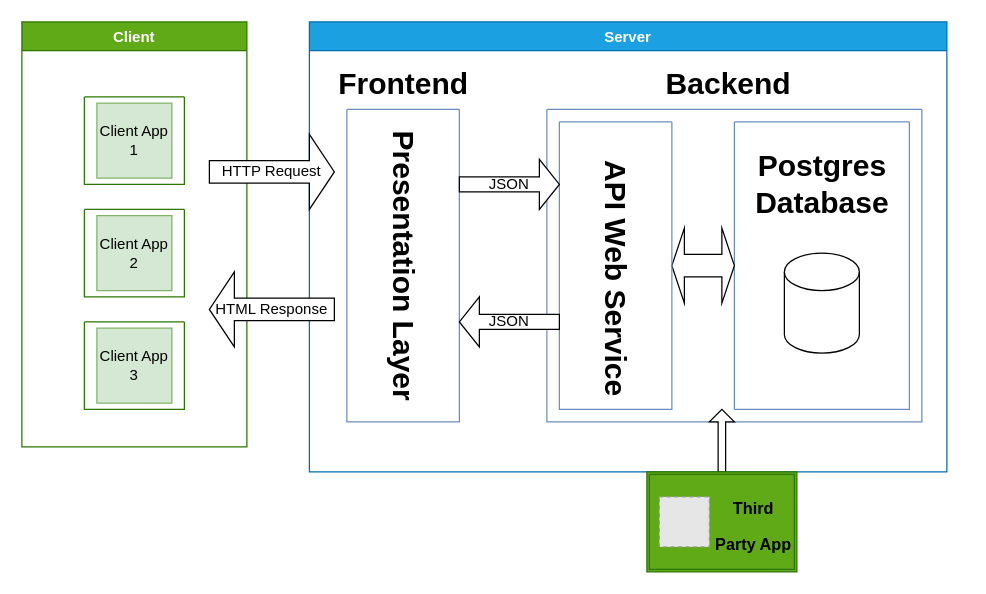
Earlier version of the draw.io diagram page "In Depth Diagram" (2 of 2) of docs/Diagrams.drawio (bedziox/VersaLog). Source tidied: cells renumbered, new cells numbered last; positions are measured from the earlier drawing's top-left corner, leaving out a move shared by most shapes. Both pictures are drawn from the tidied source at 125%, with x=0, y=0 at pixel (21, 21). Pictures stored in the file or linked from it are replaced by grey dashed boxes.
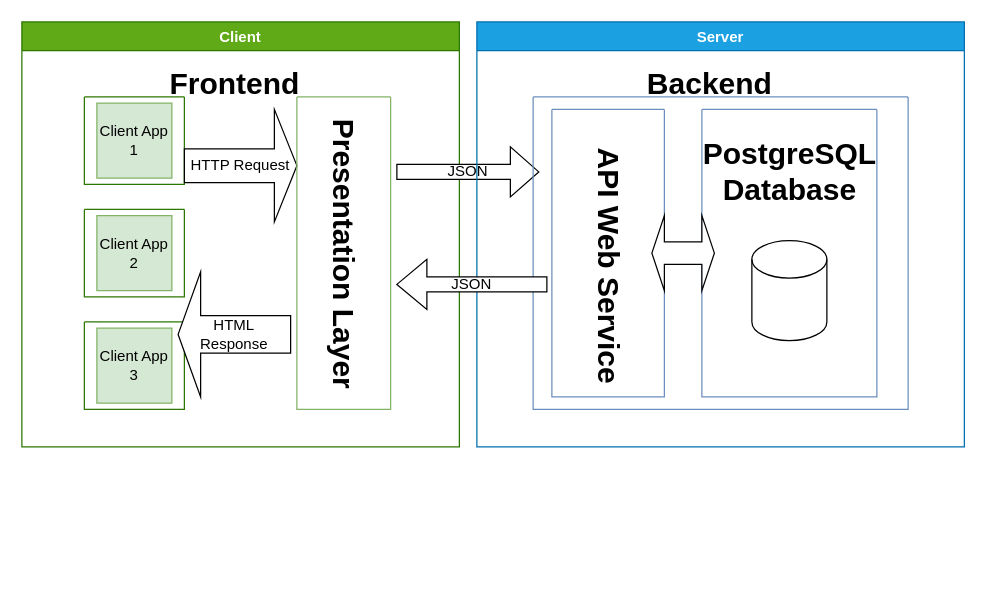
The same diagram, later.

What changed in the source:
```diff
@@
     <mxCell id="2" value="Client" style="swimlane;fillColor=#60a917;fontColor=#ffffff;strokeColor=#2D7600;" parent="1" vertex="1">
-      <mxGeometry width="180" height="340" as="geometry" />
+      <mxGeometry width="350" height="340" as="geometry" />
     </mxCell>
@@
+    <mxCell id="24" value="HTTP Request" style="shape=singleArrow;whiteSpace=wrap;html=1;" parent="2" vertex="1">
+      <mxGeometry x="130" y="70" width="90" height="90" as="geometry" />
+    </mxCell>
+    <mxCell id="25" value="HTML Response" style="shape=singleArrow;direction=west;whiteSpace=wrap;html=1;" parent="2" vertex="1">
+      <mxGeometry x="125" y="200" width="90" height="100" as="geometry" />
+    </mxCell>
+    <mxCell id="21" value="Frontend" style="text;strokeColor=none;fillColor=none;html=1;fontSize=24;fontStyle=1;verticalAlign=middle;align=center;" parent="2" vertex="1">
+      <mxGeometry x="120" y="30" width="100" height="40" as="geometry" />
+    </mxCell>
+    <mxCell id="19" value="JSON" style="shape=singleArrow;whiteSpace=wrap;html=1;" parent="2" vertex="1">
+      <mxGeometry x="300" y="100" width="113.5" height="40" as="geometry" />
+    </mxCell>
     <mxCell id="9" value="Server" style="swimlane;fillColor=#1ba1e2;fontColor=#ffffff;strokeColor=#006EAF;" parent="1" vertex="1">
-      <mxGeometry x="230" width="510" height="360" as="geometry" />
+      <mxGeometry x="364" width="390" height="340" as="geometry" />
     </mxCell>
     <mxCell id="10" style="swimlane;startSize=0;fillColor=#dae8fc;strokeColor=#6c8ebf;" parent="9" vertex="1">
-      <mxGeometry x="190" y="70" width="300" height="250" as="geometry" />
+      <mxGeometry x="45" y="60" width="300" height="250" as="geometry" />
     </mxCell>
+    <mxCell id="15" style="swimlane;startSize=0;fillColor=#dae8fc;strokeColor=#6c8ebf;" parent="10" vertex="1">
+      <mxGeometry x="15" y="10" width="90" height="230" as="geometry" />
+    </mxCell>
+    <mxCell id="16" value="API Web Service" style="text;strokeColor=none;fillColor=none;html=1;fontSize=24;fontStyle=1;verticalAlign=middle;align=center;rotation=90;" parent="15" vertex="1">
+      <mxGeometry x="-5" y="105" width="100" height="40" as="geometry" />
+    </mxCell>
-    <mxCell id="11" style="swimlane;startSize=0;fillColor=#dae8fc;strokeColor=#6c8ebf;" parent="9" vertex="1">
-      <mxGeometry x="340" y="80" width="140" height="230" as="geometry" />
+    <mxCell id="11" style="swimlane;startSize=0;fillColor=#dae8fc;strokeColor=#6c8ebf;" parent="10" vertex="1">
+      <mxGeometry x="135" y="10" width="140" height="230" as="geometry" />
     </mxCell>
@@
-    <mxCell id="13" value="Postgres&lt;br&gt;Database" style="text;strokeColor=none;fillColor=none;html=1;fontSize=24;fontStyle=1;verticalAlign=middle;align=center;" parent="11" vertex="1">
+    <mxCell id="13" value="PostgreSQL&lt;br&gt;Database" style="text;strokeColor=none;fillColor=none;html=1;fontSize=24;fontStyle=1;verticalAlign=middle;align=center;" parent="11" vertex="1">
       <mxGeometry x="20" y="30" width="100" height="40" as="geometry" />
     </mxCell>
-    <mxCell id="14" style="shape=doubleArrow;whiteSpace=wrap;html=1;" parent="9" vertex="1">
-      <mxGeometry x="290" y="165" width="50" height="60" as="geometry" />
+    <mxCell id="14" style="shape=doubleArrow;whiteSpace=wrap;html=1;" parent="10" vertex="1">
+      <mxGeometry x="95" y="95" width="50" height="60" as="geometry" />
     </mxCell>
-    <mxCell id="15" style="swimlane;startSize=0;fillColor=#dae8fc;strokeColor=#6c8ebf;" parent="9" vertex="1">
-      <mxGeometry x="200" y="80" width="90" height="230" as="geometry" />
-    </mxCell>
-    <mxCell id="16" value="API Web Service" style="text;strokeColor=none;fillColor=none;html=1;fontSize=24;fontStyle=1;verticalAlign=middle;align=center;rotation=90;" parent="15" vertex="1">
-      <mxGeometry x="-5" y="105" width="100" height="40" as="geometry" />
-    </mxCell>
+    <mxCell id="22" value="Backend" style="text;strokeColor=none;fillColor=none;html=1;fontSize=24;fontStyle=1;verticalAlign=middle;align=center;" parent="9" vertex="1">
+      <mxGeometry x="136" y="30" width="100" height="40" as="geometry" />
+    </mxCell>
-    <mxCell id="17" style="swimlane;startSize=0;fillColor=#dae8fc;strokeColor=#6c8ebf;" parent="9" vertex="1">
-      <mxGeometry x="30" y="70" width="90" height="250" as="geometry" />
+    <mxCell id="17" style="swimlane;startSize=0;fillColor=#d5e8d4;strokeColor=#82b366;" parent="1" vertex="1">
+      <mxGeometry x="220" y="60" width="75" height="250" as="geometry" />
     </mxCell>
     <mxCell id="18" value="Presentation Layer" style="text;strokeColor=none;fillColor=none;html=1;fontSize=24;fontStyle=1;verticalAlign=middle;align=center;rotation=90;" parent="17" vertex="1">
-      <mxGeometry x="-5" y="105" width="100" height="40" as="geometry" />
+      <mxGeometry x="-12.5" y="105" width="100" height="40" as="geometry" />
     </mxCell>
-    <mxCell id="19" value="JSON" style="shape=singleArrow;whiteSpace=wrap;html=1;" parent="9" vertex="1">
-      <mxGeometry x="120" y="110" width="80" height="40" as="geometry" />
-    </mxCell>
-    <mxCell id="20" value="JSON" style="shape=singleArrow;direction=west;whiteSpace=wrap;html=1;" parent="9" vertex="1">
-      <mxGeometry x="120" y="220" width="80" height="40" as="geometry" />
+    <mxCell id="20" value="JSON" style="shape=singleArrow;direction=west;whiteSpace=wrap;html=1;" parent="1" vertex="1">
+      <mxGeometry x="300" y="190" width="120" height="40" as="geometry" />
     </mxCell>
-    <mxCell id="21" value="Frontend" style="text;strokeColor=none;fillColor=none;html=1;fontSize=24;fontStyle=1;verticalAlign=middle;align=center;" parent="9" vertex="1">
-      <mxGeometry x="25" y="30" width="100" height="40" as="geometry" />
-    </mxCell>
-    <mxCell id="22" value="Backend" style="text;strokeColor=none;fillColor=none;html=1;fontSize=24;fontStyle=1;verticalAlign=middle;align=center;" parent="9" vertex="1">
-      <mxGeometry x="285" y="30" width="100" height="40" as="geometry" />
-    </mxCell>
-    <mxCell id="23" style="shape=singleArrow;direction=north;whiteSpace=wrap;html=1;" parent="9" vertex="1">
-      <mxGeometry x="320" y="310" width="20" height="50" as="geometry" />
-    </mxCell>
-    <mxCell id="24" value="HTTP Request" style="shape=singleArrow;whiteSpace=wrap;html=1;" parent="1" vertex="1">
-      <mxGeometry x="150" y="90" width="100" height="60" as="geometry" />
-    </mxCell>
-    <mxCell id="25" value="HTML Response" style="shape=singleArrow;direction=west;whiteSpace=wrap;html=1;" parent="1" vertex="1">
-      <mxGeometry x="150" y="200" width="100" height="60" as="geometry" />
-    </mxCell>
-    <mxCell id="26" style="shape=ext;double=1;rounded=0;whiteSpace=wrap;html=1;fillColor=#60a917;fontColor=#ffffff;strokeColor=#2D7600;" parent="1" vertex="1">
-      <mxGeometry x="500" y="360" width="120" height="80" as="geometry" />
-    </mxCell>
-    <mxCell id="27" style="fillColor=#E6E6E6;strokeColor=#999999;dashed=1;html=1;verticalAlign=top;verticalLabelPosition=bottom;labelBackgroundColor=#ffffff;" parent="1" vertex="1">
-      <mxGeometry x="510" y="380" width="40" height="40" as="geometry" />
-    </mxCell>
-    <mxCell id="28" value="&lt;font style=&quot;font-size: 13px;&quot;&gt;Third &lt;br&gt;Party App&lt;/font&gt;" style="text;strokeColor=none;fillColor=none;html=1;fontSize=24;fontStyle=1;verticalAlign=middle;align=center;" parent="1" vertex="1">
-      <mxGeometry x="550" y="360" width="70" height="80" as="geometry" />
-    </mxCell>
```
